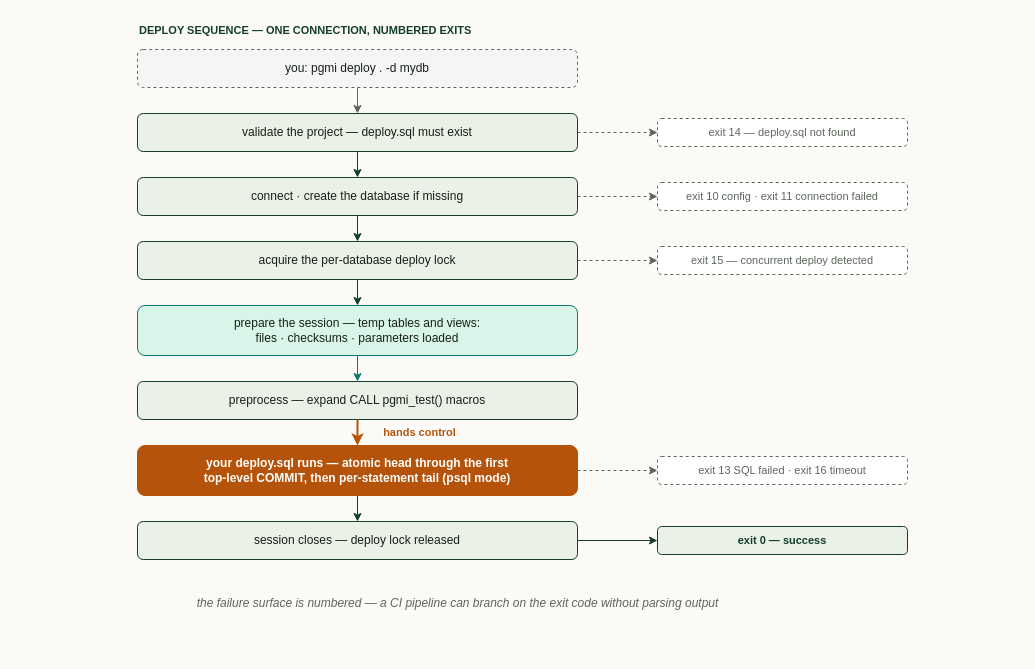
Earlier version of the draw.io diagram docs/diagrams/d04-deploy-sequence.drawio (vvka-141/pgmi). Source tidied: cells renumbered, new cells numbered last; positions are measured from the earlier drawing's top-left corner, leaving out a move shared by most shapes. Both pictures are drawn from the tidied source at 100%, with x=0, y=0 at pixel (137, 17).
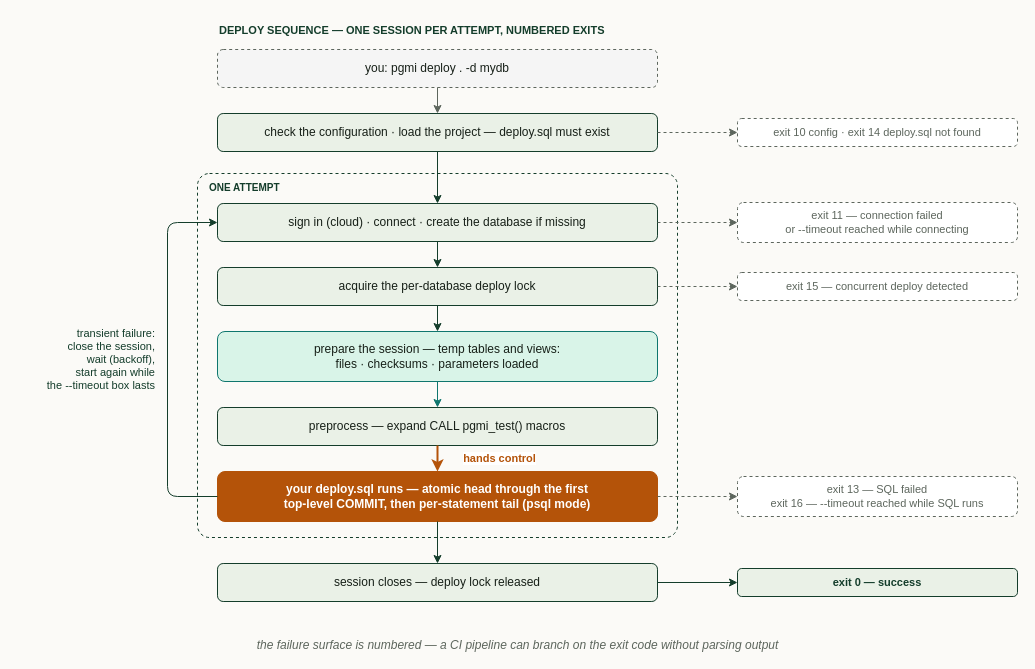
Above is the later version.

Commit message (it also covers changes not shown here):
docs: the session API, deploy sequence and connection diagrams describe 0.20 (PGMI-835)

What changed in the source:
```diff
@@
-    <mxCell id="2" value="DEPLOY SEQUENCE — ONE CONNECTION, NUMBERED EXITS" style="text;html=1;align=left;fontStyle=1;fontSize=11;fontColor=#143d2b;" parent="1" vertex="1">
-      <mxGeometry width="440" height="20" as="geometry" />
+    <mxCell id="2" value="DEPLOY SEQUENCE — ONE SESSION PER ATTEMPT, NUMBERED EXITS" style="text;html=1;align=left;fontStyle=1;fontSize=11;fontColor=#143d2b;" parent="1" vertex="1">
+      <mxGeometry x="80" width="520" height="20" as="geometry" />
     </mxCell>
+    <mxCell id="29" value="ONE ATTEMPT" style="rounded=1;absoluteArcSize=1;arcSize=24;whiteSpace=wrap;html=1;fillColor=none;strokeColor=#143d2b;dashed=1;verticalAlign=top;align=left;fontStyle=1;fontSize=10;fontColor=#143d2b;spacingLeft=10;spacingTop=2;" parent="1" vertex="1">
+      <mxGeometry x="60" y="156" width="480" height="364" as="geometry" />
+    </mxCell>
     <mxCell id="3" value="you: pgmi deploy . -d mydb" style="rounded=1;whiteSpace=wrap;html=1;fillColor=#f5f5f5;strokeColor=#5d665d;dashed=1;fontColor=#172018;fontSize=12;" parent="1" vertex="1">
-      <mxGeometry y="32" width="440" height="38" as="geometry" />
+      <mxGeometry x="80" y="32" width="440" height="38" as="geometry" />
     </mxCell>
-    <mxCell id="4" value="validate the project — deploy.sql must exist" style="rounded=1;whiteSpace=wrap;html=1;fillColor=#eaf1e7;strokeColor=#143d2b;fontColor=#172018;fontSize=12;" parent="1" vertex="1">
-      <mxGeometry y="96" width="440" height="38" as="geometry" />
+    <mxCell id="4" value="check the configuration · load the project — deploy.sql must exist" style="rounded=1;whiteSpace=wrap;html=1;fillColor=#eaf1e7;strokeColor=#143d2b;fontColor=#172018;fontSize=12;" parent="1" vertex="1">
+      <mxGeometry x="80" y="96" width="440" height="38" as="geometry" />
     </mxCell>
-    <mxCell id="5" value="connect · create the database if missing" style="rounded=1;whiteSpace=wrap;html=1;fillColor=#eaf1e7;strokeColor=#143d2b;fontColor=#172018;fontSize=12;" parent="1" vertex="1">
-      <mxGeometry y="160" width="440" height="38" as="geometry" />
+    <mxCell id="5" value="sign in (cloud) · connect · create the database if missing" style="rounded=1;whiteSpace=wrap;html=1;fillColor=#eaf1e7;strokeColor=#143d2b;fontColor=#172018;fontSize=12;" parent="1" vertex="1">
+      <mxGeometry x="80" y="186" width="440" height="38" as="geometry" />
     </mxCell>
     <mxCell id="6" value="acquire the per-database deploy lock" style="rounded=1;whiteSpace=wrap;html=1;fillColor=#eaf1e7;strokeColor=#143d2b;fontColor=#172018;fontSize=12;" parent="1" vertex="1">
-      <mxGeometry y="224" width="440" height="38" as="geometry" />
+      <mxGeometry x="80" y="250" width="440" height="38" as="geometry" />
     </mxCell>
     <mxCell id="7" value="prepare the session — temp tables and views:&#10;files · checksums · parameters loaded" style="rounded=1;whiteSpace=wrap;html=1;fillColor=#d9f4e8;strokeColor=#0f766e;fontColor=#172018;fontSize=12;" parent="1" vertex="1">
-      <mxGeometry y="288" width="440" height="50" as="geometry" />
+      <mxGeometry x="80" y="314" width="440" height="50" as="geometry" />
     </mxCell>
     <mxCell id="8" value="preprocess — expand CALL pgmi_test() macros" style="rounded=1;whiteSpace=wrap;html=1;fillColor=#eaf1e7;strokeColor=#143d2b;fontColor=#172018;fontSize=12;" parent="1" vertex="1">
-      <mxGeometry y="364" width="440" height="38" as="geometry" />
+      <mxGeometry x="80" y="390" width="440" height="38" as="geometry" />
     </mxCell>
     <mxCell id="9" value="your deploy.sql runs — atomic head through the first&#10;top-level COMMIT, then per-statement tail (psql mode)" style="rounded=1;whiteSpace=wrap;html=1;fillColor=#b45309;strokeColor=#b45309;fontColor=#ffffff;fontStyle=1;fontSize=12;" parent="1" vertex="1">
-      <mxGeometry y="428" width="440" height="50" as="geometry" />
+      <mxGeometry x="80" y="454" width="440" height="50" as="geometry" />
     </mxCell>
     <mxCell id="10" value="session closes — deploy lock released" style="rounded=1;whiteSpace=wrap;html=1;fillColor=#eaf1e7;strokeColor=#143d2b;fontColor=#172018;fontSize=12;" parent="1" vertex="1">
-      <mxGeometry y="504" width="440" height="38" as="geometry" />
+      <mxGeometry x="80" y="546" width="440" height="38" as="geometry" />
     </mxCell>
@@
+    <mxCell id="30" style="edgeStyle=orthogonalEdgeStyle;rounded=1;html=1;endArrow=classic;strokeColor=#143d2b;exitX=0;exitY=0.5;entryX=0;entryY=0.5;" parent="1" edge="1" source="9" target="5">
+      <mxGeometry relative="1" as="geometry">
+        <Array as="points">
+          <mxPoint x="30" y="479" />
+          <mxPoint x="30" y="205" />
+        </Array>
+      </mxGeometry>
+    </mxCell>
+    <mxCell id="31" value="transient failure:&lt;br&gt;close the session,&lt;br&gt;wait (backoff),&lt;br&gt;start again while&lt;br&gt;the --timeout box lasts" style="text;html=1;align=right;verticalAlign=middle;fontSize=11;fontColor=#143d2b;whiteSpace=wrap;" parent="1" vertex="1">
+      <mxGeometry x="-120" y="292" width="140" height="100" as="geometry" />
+    </mxCell>
-    <mxCell id="18" value="exit 14 — deploy.sql not found" style="rounded=1;whiteSpace=wrap;html=1;fillColor=#ffffff;strokeColor=#5d665d;dashed=1;fontColor=#5d665d;fontSize=11;" parent="1" vertex="1">
-      <mxGeometry x="520" y="101" width="250" height="28" as="geometry" />
+    <mxCell id="18" value="exit 10 config · exit 14 deploy.sql not found" style="rounded=1;whiteSpace=wrap;html=1;fillColor=#ffffff;strokeColor=#5d665d;dashed=1;fontColor=#5d665d;fontSize=11;" parent="1" vertex="1">
+      <mxGeometry x="600" y="101" width="280" height="28" as="geometry" />
     </mxCell>
-    <mxCell id="19" value="exit 10 config · exit 11 connection failed" style="rounded=1;whiteSpace=wrap;html=1;fillColor=#ffffff;strokeColor=#5d665d;dashed=1;fontColor=#5d665d;fontSize=11;" parent="1" vertex="1">
-      <mxGeometry x="520" y="165" width="250" height="28" as="geometry" />
+    <mxCell id="19" value="exit 11 — connection failed&lt;br&gt;or --timeout reached while connecting" style="rounded=1;whiteSpace=wrap;html=1;fillColor=#ffffff;strokeColor=#5d665d;dashed=1;fontColor=#5d665d;fontSize=11;" parent="1" vertex="1">
+      <mxGeometry x="600" y="185" width="280" height="40" as="geometry" />
     </mxCell>
     <mxCell id="20" value="exit 15 — concurrent deploy detected" style="rounded=1;whiteSpace=wrap;html=1;fillColor=#ffffff;strokeColor=#5d665d;dashed=1;fontColor=#5d665d;fontSize=11;" parent="1" vertex="1">
-      <mxGeometry x="520" y="229" width="250" height="28" as="geometry" />
+      <mxGeometry x="600" y="255" width="280" height="28" as="geometry" />
     </mxCell>
-    <mxCell id="21" value="exit 13 SQL failed · exit 16 timeout" style="rounded=1;whiteSpace=wrap;html=1;fillColor=#ffffff;strokeColor=#5d665d;dashed=1;fontColor=#5d665d;fontSize=11;" parent="1" vertex="1">
-      <mxGeometry x="520" y="439" width="250" height="28" as="geometry" />
+    <mxCell id="21" value="exit 13 — SQL failed&lt;br&gt;exit 16 — --timeout reached while SQL runs" style="rounded=1;whiteSpace=wrap;html=1;fillColor=#ffffff;strokeColor=#5d665d;dashed=1;fontColor=#5d665d;fontSize=11;" parent="1" vertex="1">
+      <mxGeometry x="600" y="459" width="280" height="40" as="geometry" />
     </mxCell>
     <mxCell id="22" value="exit 0 — success" style="rounded=1;whiteSpace=wrap;html=1;fillColor=#eaf1e7;strokeColor=#143d2b;fontColor=#143d2b;fontStyle=1;fontSize=11;" parent="1" vertex="1">
-      <mxGeometry x="520" y="509" width="250" height="28" as="geometry" />
+      <mxGeometry x="600" y="551" width="280" height="28" as="geometry" />
     </mxCell>
@@
     <mxCell id="28" value="the failure surface is numbered — a CI pipeline can branch on the exit code without parsing output" style="text;html=1;align=center;fontStyle=2;fontSize=12;fontColor=#5d665d;" parent="1" vertex="1">
-      <mxGeometry y="572" width="640" height="20" as="geometry" />
+      <mxGeometry x="-20" y="614" width="800" height="20" as="geometry" />
     </mxCell>
```
